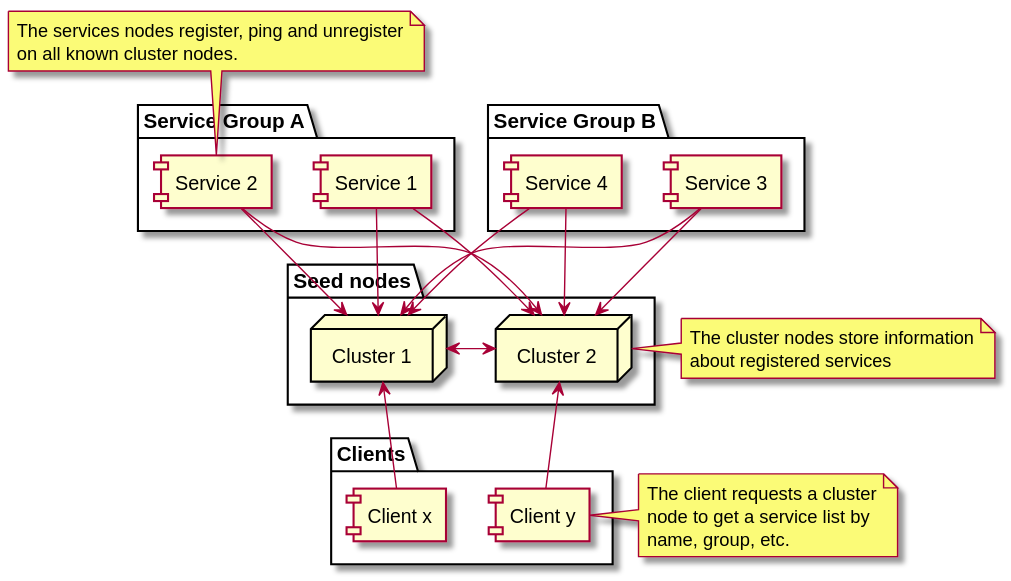
qwazr/cluster keeps this PlantUML diagram as docs/images/cluster-standard-typology.svg. Above is the earlier version.
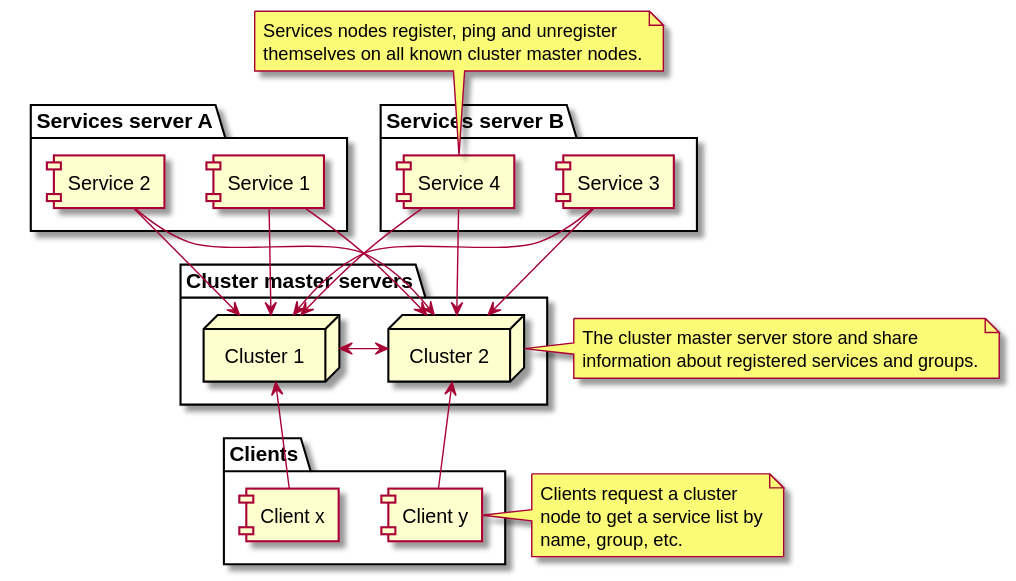
After the change.

The edit, as a diff of the source:
```diff
@@ -1,19 +1,19 @@
 @startuml
 
-folder "Seed nodes" {
+folder "Cluster master servers" {
    node "Cluster 1"
    node "Cluster 2"
   [Cluster 1] <-> [Cluster 2]
 }
 
-folder "Service Group A" {
+folder "Services server A" {
   [Service 1] --> [Cluster 1]
   [Service 1] --> [Cluster 2]
   [Service 2] --> [Cluster 1]
   [Service 2] --> [Cluster 2]
 }
 
-folder "Service Group B" {
+folder "Services server B" {
   [Service 3] --> [Cluster 1]
   [Service 3] --> [Cluster 2]
   [Service 4] --> [Cluster 1]
@@ -25,20 +25,20 @@
   [Client y] --> [Cluster 2]
 }
 
-note top of [Service 2]
-  The services nodes register, ping and unregister
-  on all known cluster nodes.
+note top of [Service 4]
+  Services nodes register, ping and unregister
+  themselves on all known cluster master nodes.
 end note
 
 note right of [Client y]
-  The client requests a cluster
+  Clients request a cluster
   node to get a service list by
   name, group, etc.
 end note
 
 note right of [Cluster 2]
-  The cluster nodes store information
-  about registered services
+  The cluster master server store and share
+  information about registered services and groups.
 end note
 
 @enduml
```
